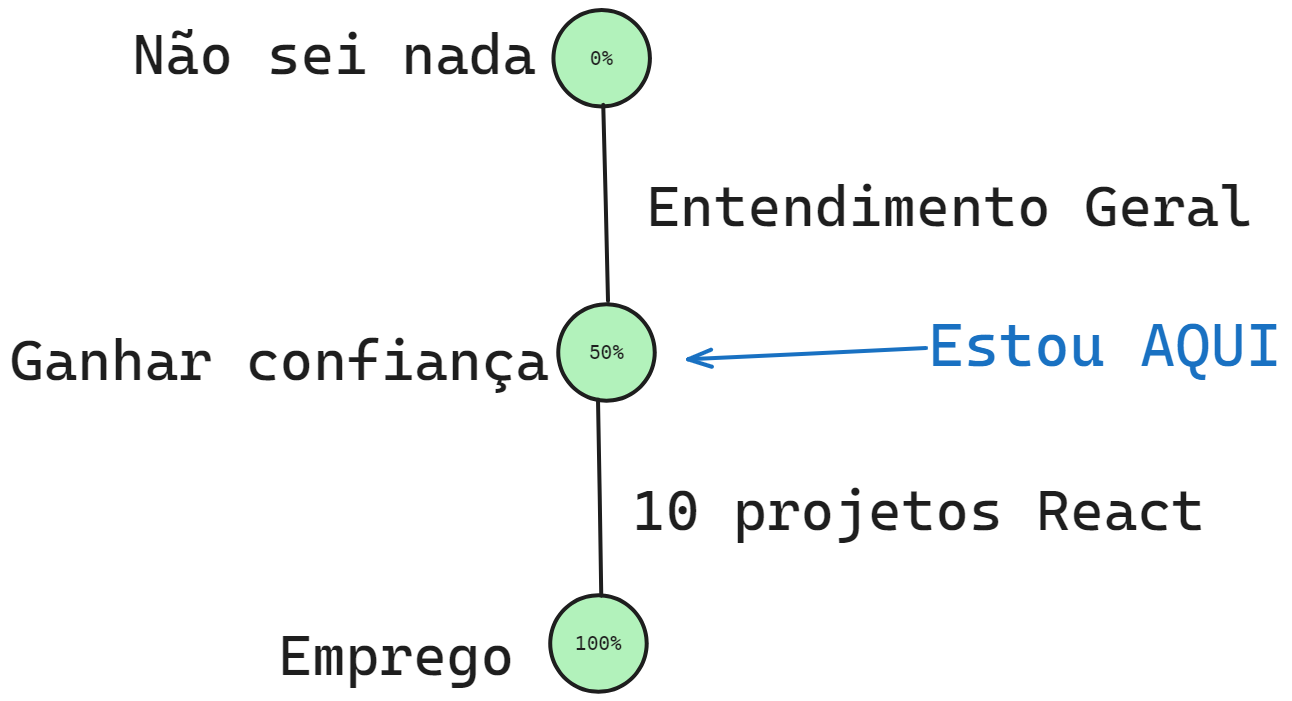
This is Untitled.png from gabrielcpolitano/Arquivos_DevPolitano, a Excalidraw export, as it was before one commit. Source tidied: one line per element, renumbered; positions are measured from the earlier drawing's top-left corner, leaving out a move shared by most shapes. Its diagram source:
```json
{"id": 0, "type": "ellipse", "strokeColor": "#1e1e1e", "backgroundColor": "#b2f2bb", "fillStyle": "solid", "strokeWidth": 4, "roughness": 0, "round": true, "x": 543, "y": 0, "width": 96, "height": 96}
{"id": 1, "type": "text", "text": "0%", "strokeColor": "#1e1e1e", "backgroundColor": "#b2f2bb", "fillStyle": "solid", "strokeWidth": 4, "roughness": 0, "fontSize": 20, "fontFamily": 3, "textAlign": "center", "verticalAlign": "middle", "inside": 0, "x": 580, "y": 36, "width": 24, "height": 24}
{"id": 2, "type": "ellipse", "strokeColor": "#1e1e1e", "backgroundColor": "#b2f2bb", "fillStyle": "solid", "strokeWidth": 4, "roughness": 0, "round": true, "x": 548, "y": 294, "width": 96, "height": 96}
{"id": 3, "type": "text", "text": "50%", "strokeColor": "#1e1e1e", "backgroundColor": "#b2f2bb", "fillStyle": "solid", "strokeWidth": 4, "roughness": 0, "fontSize": 20, "fontFamily": 3, "textAlign": "center", "verticalAlign": "middle", "inside": 2, "x": 578, "y": 330, "width": 36, "height": 24}
{"id": 4, "type": "ellipse", "strokeColor": "#1e1e1e", "backgroundColor": "#b2f2bb", "fillStyle": "solid", "strokeWidth": 4, "roughness": 0, "round": true, "x": 540, "y": 585, "width": 96, "height": 96}
{"id": 5, "type": "text", "text": "100%", "strokeColor": "#1e1e1e", "backgroundColor": "#b2f2bb", "fillStyle": "solid", "strokeWidth": 4, "roughness": 0, "fontSize": 20, "fontFamily": 3, "textAlign": "center", "verticalAlign": "middle", "inside": 4, "x": 564, "y": 621, "width": 48, "height": 24}
{"id": 6, "type": "line", "strokeColor": "#1e1e1e", "backgroundColor": "#b2f2bb", "fillStyle": "solid", "strokeWidth": 4, "roughness": 0, "round": true, "x": 593, "y": 95, "width": 5, "height": 196, "points": [[0, 0], [5, 196]]}
{"id": 7, "type": "text", "text": "Ganhar confiança", "strokeColor": "#1e1e1e", "backgroundColor": "#b2f2bb", "fillStyle": "solid", "strokeWidth": 4, "roughness": 0, "fontSize": 57.52, "fontFamily": 3, "x": 0, "y": 316, "width": 540, "height": 69}
{"id": 8, "type": "line", "strokeColor": "#1e1e1e", "backgroundColor": "#b2f2bb", "fillStyle": "solid", "strokeWidth": 4, "roughness": 0, "round": true, "x": 588, "y": 389, "width": 3, "height": 196, "points": [[0, 0], [3, 196]]}
{"id": 9, "type": "text", "text": "10 projetos React", "strokeColor": "#1e1e1e", "backgroundColor": "#b2f2bb", "fillStyle": "solid", "strokeWidth": 4, "roughness": 0, "fontSize": 57.52, "fontFamily": 3, "x": 622, "y": 466, "width": 574, "height": 69}
{"id": 10, "type": "text", "text": "Entendimento Geral", "strokeColor": "#1e1e1e", "backgroundColor": "#b2f2bb", "fillStyle": "solid", "strokeWidth": 4, "roughness": 0, "fontSize": 57.52, "fontFamily": 3, "x": 636, "y": 162, "width": 608, "height": 69}
{"id": 11, "type": "text", "text": "Emprego", "strokeColor": "#1e1e1e", "backgroundColor": "#b2f2bb", "fillStyle": "solid", "strokeWidth": 4, "roughness": 0, "fontSize": 57.52, "fontFamily": 3, "x": 268, "y": 611, "width": 237, "height": 69}
{"id": 12, "type": "arrow", "strokeColor": "#1971c2", "backgroundColor": "#b2f2bb", "fillStyle": "solid", "strokeWidth": 4, "roughness": 0, "endArrowhead": "arrow", "round": true, "x": 916, "y": 338, "width": 238, "height": 11, "points": [[0, 0], [-238, 11]]}
{"id": 13, "type": "text", "text": "Estou AQUI", "strokeColor": "#1971c2", "backgroundColor": "#b2f2bb", "fillStyle": "solid", "strokeWidth": 4, "roughness": 0, "fontSize": 60.2, "fontFamily": 3, "x": 918, "y": 299, "width": 354, "height": 72}
{"id": 14, "type": "text", "text": "Não sei nada", "strokeColor": "#1e1e1e", "backgroundColor": "#b2f2bb", "fillStyle": "solid", "strokeWidth": 4, "roughness": 0, "fontSize": 57.52, "fontFamily": 3, "x": 122, "y": 9, "width": 407, "height": 69}
```
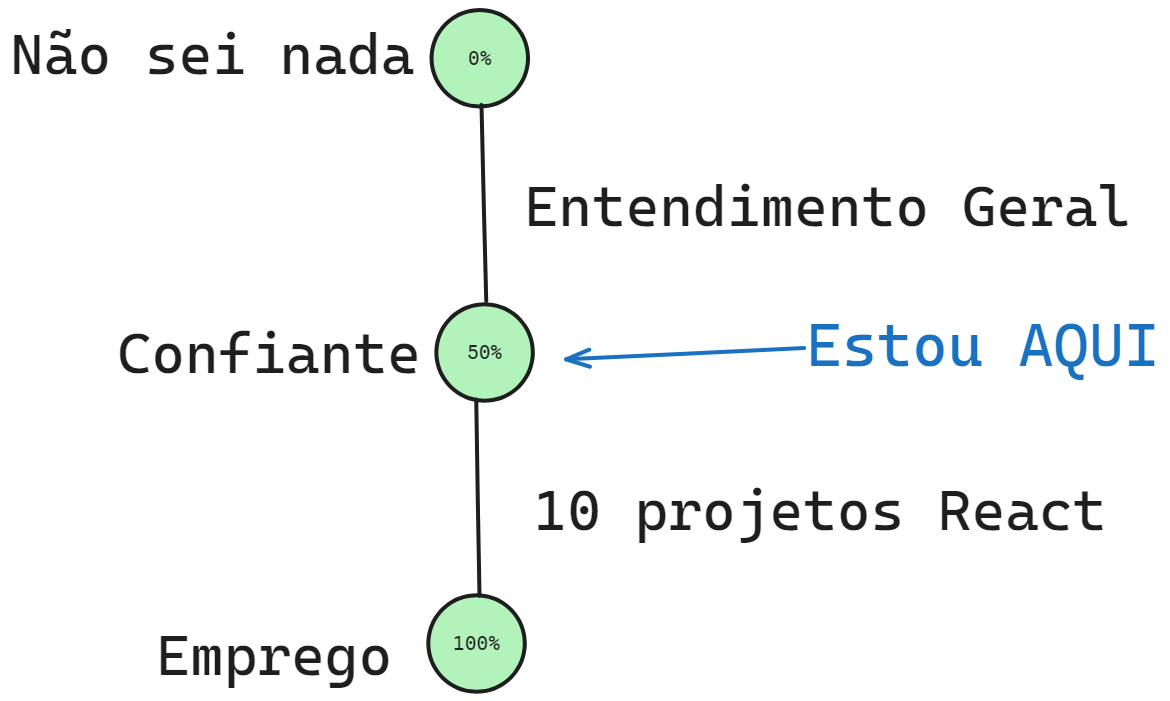
The same file after the commit.

Commit message:
Thanks God

Change to the diagram source:
```diff
@@ -5,9 +5,9 @@
 {"id": 4, "type": "ellipse", "strokeColor": "#1e1e1e", "backgroundColor": "#b2f2bb", "fillStyle": "solid", "strokeWidth": 4, "roughness": 0, "round": true, "x": 540, "y": 585, "width": 96, "height": 96}
 {"id": 5, "type": "text", "text": "100%", "strokeColor": "#1e1e1e", "backgroundColor": "#b2f2bb", "fillStyle": "solid", "strokeWidth": 4, "roughness": 0, "fontSize": 20, "fontFamily": 3, "textAlign": "center", "verticalAlign": "middle", "inside": 4, "x": 564, "y": 621, "width": 48, "height": 24}
 {"id": 6, "type": "line", "strokeColor": "#1e1e1e", "backgroundColor": "#b2f2bb", "fillStyle": "solid", "strokeWidth": 4, "roughness": 0, "round": true, "x": 593, "y": 95, "width": 5, "height": 196, "points": [[0, 0], [5, 196]]}
-{"id": 7, "type": "text", "text": "Ganhar confiança", "strokeColor": "#1e1e1e", "backgroundColor": "#b2f2bb", "fillStyle": "solid", "strokeWidth": 4, "roughness": 0, "fontSize": 57.52, "fontFamily": 3, "x": 0, "y": 316, "width": 540, "height": 69}
+{"id": 7, "type": "text", "text": "Confiante", "strokeColor": "#1e1e1e", "backgroundColor": "#b2f2bb", "fillStyle": "solid", "strokeWidth": 4, "roughness": 0, "fontSize": 57.52, "fontFamily": 3, "x": 229, "y": 308, "width": 303, "height": 69}
 {"id": 8, "type": "line", "strokeColor": "#1e1e1e", "backgroundColor": "#b2f2bb", "fillStyle": "solid", "strokeWidth": 4, "roughness": 0, "round": true, "x": 588, "y": 389, "width": 3, "height": 196, "points": [[0, 0], [3, 196]]}
-{"id": 9, "type": "text", "text": "10 projetos React", "strokeColor": "#1e1e1e", "backgroundColor": "#b2f2bb", "fillStyle": "solid", "strokeWidth": 4, "roughness": 0, "fontSize": 57.52, "fontFamily": 3, "x": 622, "y": 466, "width": 574, "height": 69}
+{"id": 9, "type": "text", "text": "10 projetos React", "strokeColor": "#1e1e1e", "backgroundColor": "#b2f2bb", "fillStyle": "solid", "strokeWidth": 4, "roughness": 0, "fontSize": 57.52, "fontFamily": 3, "x": 645, "y": 466, "width": 574, "height": 69}
 {"id": 10, "type": "text", "text": "Entendimento Geral", "strokeColor": "#1e1e1e", "backgroundColor": "#b2f2bb", "fillStyle": "solid", "strokeWidth": 4, "roughness": 0, "fontSize": 57.52, "fontFamily": 3, "x": 636, "y": 162, "width": 608, "height": 69}
 {"id": 11, "type": "text", "text": "Emprego", "strokeColor": "#1e1e1e", "backgroundColor": "#b2f2bb", "fillStyle": "solid", "strokeWidth": 4, "roughness": 0, "fontSize": 57.52, "fontFamily": 3, "x": 268, "y": 611, "width": 237, "height": 69}
 {"id": 12, "type": "arrow", "strokeColor": "#1971c2", "backgroundColor": "#b2f2bb", "fillStyle": "solid", "strokeWidth": 4, "roughness": 0, "endArrowhead": "arrow", "round": true, "x": 916, "y": 338, "width": 238, "height": 11, "points": [[0, 0], [-238, 11]]}
```
